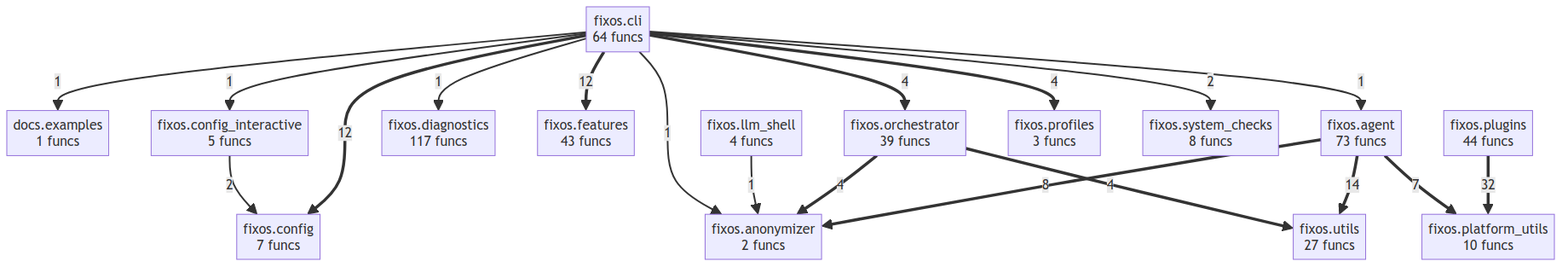
This is project/compact_flow.png from wronai/fixos, a Mermaid export, as it was before one commit. Its source is kept beside it as project/compact_flow.mmd.
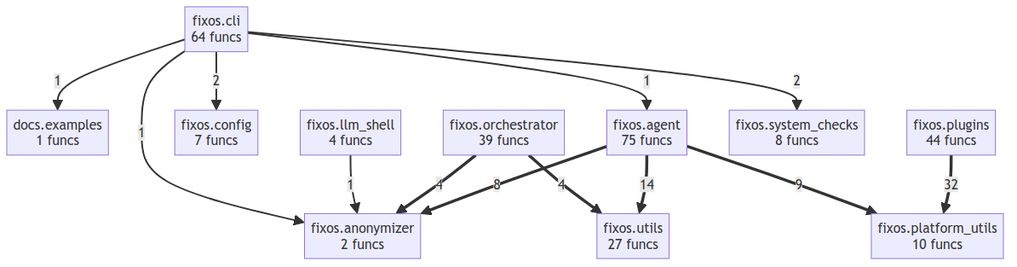
After the commit.

The edit, as a diff of the source:
```diff
@@ -1,34 +1,24 @@
 flowchart TD
     docs__examples["docs.examples<br/>1 funcs"]
-    fixos__agent["fixos.agent<br/>73 funcs"]
+    fixos__agent["fixos.agent<br/>75 funcs"]
     fixos__anonymizer["fixos.anonymizer<br/>2 funcs"]
     fixos__cli["fixos.cli<br/>64 funcs"]
     fixos__config["fixos.config<br/>7 funcs"]
-    fixos__config_interactive["fixos.config_interactive<br/>5 funcs"]
-    fixos__diagnostics["fixos.diagnostics<br/>117 funcs"]
-    fixos__features["fixos.features<br/>43 funcs"]
     fixos__llm_shell["fixos.llm_shell<br/>4 funcs"]
     fixos__orchestrator["fixos.orchestrator<br/>39 funcs"]
     fixos__platform_utils["fixos.platform_utils<br/>10 funcs"]
     fixos__plugins["fixos.plugins<br/>44 funcs"]
-    fixos__profiles["fixos.profiles<br/>3 funcs"]
     fixos__system_checks["fixos.system_checks<br/>8 funcs"]
     fixos__utils["fixos.utils<br/>27 funcs"]
     fixos__plugins ==>|32| fixos__platform_utils
     fixos__agent ==>|14| fixos__utils
-    fixos__cli ==>|12| fixos__config
-    fixos__cli ==>|12| fixos__features
+    fixos__agent ==>|9| fixos__platform_utils
     fixos__agent ==>|8| fixos__anonymizer
-    fixos__agent ==>|7| fixos__platform_utils
-    fixos__cli ==>|4| fixos__profiles
-    fixos__cli ==>|4| fixos__orchestrator
     fixos__orchestrator ==>|4| fixos__anonymizer
     fixos__orchestrator ==>|4| fixos__utils
-    fixos__config_interactive -->|2| fixos__config
     fixos__cli -->|2| fixos__system_checks
+    fixos__cli -->|2| fixos__config
     fixos__llm_shell -->|1| fixos__anonymizer
-    fixos__cli -->|1| fixos__config_interactive
     fixos__cli -->|1| fixos__anonymizer
     fixos__cli -->|1| docs__examples
     fixos__cli -->|1| fixos__agent
-    fixos__cli -->|1| fixos__diagnostics
```
